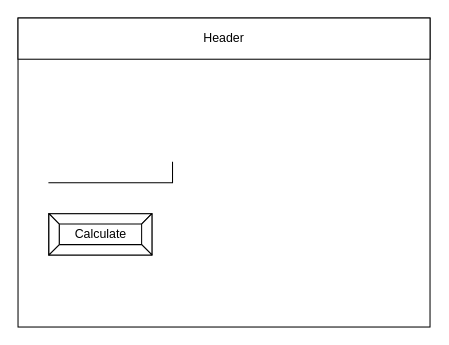
Earlier version of the draw.io diagram design/story-board.drawio (Alex-Nelson-1/ICS2O-UNIT5-01-GUESS-THE-VALUE). Source tidied: cells renumbered, new cells numbered last; positions are measured from the earlier drawing's top-left corner, leaving out a move shared by most shapes. Both pictures are drawn from the tidied source at 103%, with x=0, y=0 at pixel (18, 18).
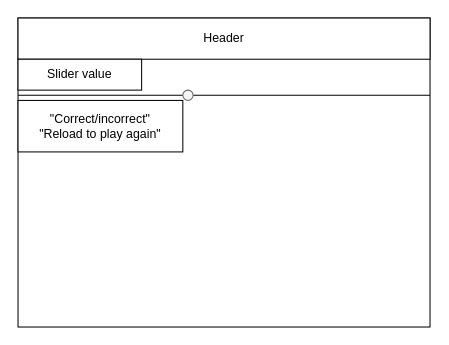
The same page after the edit.

Commit message (it also covers changes not shown here):
flow chart and storyboard remade

Diff of the diagram source:
```diff
@@
 <mxGraphModel>
   <root>
     <mxCell id="0" />
     <mxCell id="1" parent="0" />
     <mxCell id="2" style="rounded=0;whiteSpace=wrap;html=1;" parent="1" vertex="1">
       <mxGeometry width="400" height="300" as="geometry" />
     </mxCell>
     <mxCell id="3" value="Header" style="rounded=0;whiteSpace=wrap;html=1;" parent="1" vertex="1">
       <mxGeometry width="400" height="40" as="geometry" />
     </mxCell>
-    <mxCell id="4" style="shape=partialRectangle;whiteSpace=wrap;html=1;top=0;left=0;fillColor=none;" parent="1" vertex="1">
-      <mxGeometry x="30" y="140" width="120" height="20" as="geometry" />
-    </mxCell>
-    <mxCell id="5" value="Calculate" style="labelPosition=center;verticalLabelPosition=middle;align=center;html=1;shape=mxgraph.basic.button;dx=10;" parent="1" vertex="1">
-      <mxGeometry x="30" y="190" width="100" height="40" as="geometry" />
+    <mxCell id="5" style="endArrow=none;html=1;exitX=0;exitY=0.25;exitDx=0;exitDy=0;entryX=1;entryY=0.25;entryDx=0;entryDy=0;" parent="1" edge="1" source="2" target="2">
+      <mxGeometry relative="1" as="geometry" />
     </mxCell>
+    <mxCell id="6" style="ellipse;whiteSpace=wrap;html=1;fillColor=#f5f5f5;strokeColor=#666666;fontColor=#333333;" parent="1" vertex="1">
+      <mxGeometry x="160" y="70" width="10" height="10" as="geometry" />
+    </mxCell>
+    <mxCell id="7" value="Slider value" style="rounded=0;whiteSpace=wrap;html=1;" parent="1" vertex="1">
+      <mxGeometry y="40" width="120" height="30" as="geometry" />
+    </mxCell>
+    <mxCell id="8" value="&quot;Correct/incorrect&quot;&lt;br&gt;&quot;Reload to play again&quot;" style="rounded=0;whiteSpace=wrap;html=1;" parent="1" vertex="1">
+      <mxGeometry y="80" width="160" height="50" as="geometry" />
+    </mxCell>
   </root>
 </mxGraphModel>
```
